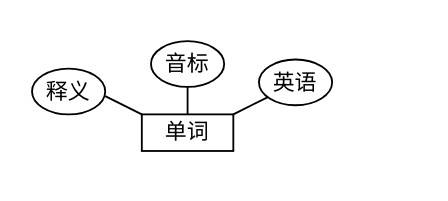
The draw.io diagram page "第 8 页" (8 of 9) of 功能模块图.drawio in 13593227471/HelloGitHub, before the edit. Source tidied: cells renumbered, new cells numbered last; positions are measured from the earlier drawing's top-left corner, leaving out a move shared by most shapes. Both pictures are drawn from the tidied source at 183%, with x=0, y=0 at pixel (31, 40).
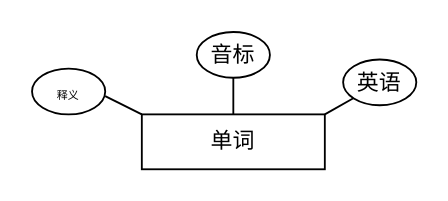
The same page after the edit.

Change to the diagram source:
```diff
@@
 <mxGraphModel>
   <root>
     <mxCell id="0" />
     <mxCell id="1" parent="0" />
     <mxCell id="2" value="单词" style="rounded=0;whiteSpace=wrap;html=1;" parent="1" vertex="1">
-      <mxGeometry x="60" y="40" width="50" height="20" as="geometry" />
+      <mxGeometry x="60" y="40" width="100" height="30" as="geometry" />
     </mxCell>
-    <mxCell id="3" style="endArrow=none;html=1;rounded=0;exitX=1;exitY=0;exitDx=0;exitDy=0;" parent="1" edge="1" source="2">
-      <mxGeometry relative="1" as="geometry">
-        <mxPoint x="130" y="30" as="targetPoint" />
-      </mxGeometry>
+    <mxCell id="3" style="endArrow=none;html=1;rounded=0;exitX=1;exitY=0;exitDx=0;exitDy=0;entryX=0;entryY=1;entryDx=0;entryDy=0;" parent="1" edge="1" source="2" target="4">
+      <mxGeometry relative="1" as="geometry" />
     </mxCell>
     <mxCell id="4" value="英语" style="ellipse;whiteSpace=wrap;html=1;" parent="1" vertex="1">
-      <mxGeometry x="124" y="10" width="40" height="25" as="geometry" />
+      <mxGeometry x="170" y="10" width="40" height="25" as="geometry" />
     </mxCell>
     <mxCell id="5" style="endArrow=none;html=1;rounded=0;exitX=0.5;exitY=0;exitDx=0;exitDy=0;" parent="1" edge="1" source="2">
       <mxGeometry relative="1" as="geometry">
-        <mxPoint x="85" y="20" as="targetPoint" />
+        <mxPoint x="110" y="20" as="targetPoint" />
       </mxGeometry>
     </mxCell>
     <mxCell id="6" value="音标" style="ellipse;whiteSpace=wrap;html=1;" parent="1" vertex="1">
-      <mxGeometry x="65" width="40" height="25" as="geometry" />
+      <mxGeometry x="90" y="-5" width="40" height="25" as="geometry" />
     </mxCell>
     <mxCell id="7" style="endArrow=none;html=1;rounded=0;exitX=0;exitY=0;exitDx=0;exitDy=0;" parent="1" edge="1" source="2">
       <mxGeometry relative="1" as="geometry">
         <mxPoint x="40" y="30" as="targetPoint" />
       </mxGeometry>
     </mxCell>
+    <mxCell id="9" style="ellipse;whiteSpace=wrap;html=1;" parent="1" vertex="1">
+      <mxGeometry y="15" width="40" height="25" as="geometry" />
+    </mxCell>
-    <mxCell id="8" value="释义" style="ellipse;whiteSpace=wrap;html=1;" parent="1" vertex="1">
-      <mxGeometry y="15" width="40" height="25" as="geometry" />
+    <mxCell id="8" value="&lt;font style=&quot;font-size: 6px;&quot;&gt;释义&lt;/font&gt;" style="text;html=1;strokeColor=none;fillColor=none;align=center;verticalAlign=middle;whiteSpace=wrap;rounded=0;rotation=0;" parent="1" vertex="1">
+      <mxGeometry x="5" y="17.5" width="30" height="20" as="geometry" />
     </mxCell>
   </root>
 </mxGraphModel>
```
